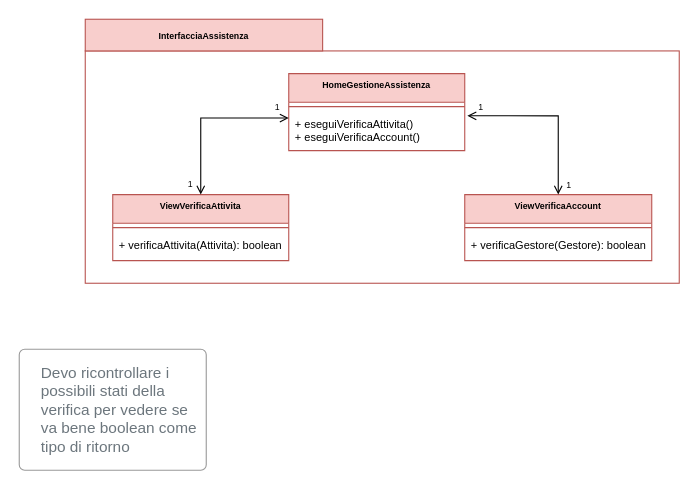
Earlier version of the draw.io diagram page "Assistenza" (1 of 3) of progettazione/dettaglio/dettaglioView.drawio (Marco-Burattoni/Progetto-ids). Source tidied: cells renumbered, new cells numbered last; positions are measured from the earlier drawing's top-left corner, leaving out a move shared by most shapes. Both pictures are drawn from the tidied source at 110%, with x=0, y=0 at pixel (19, 19).
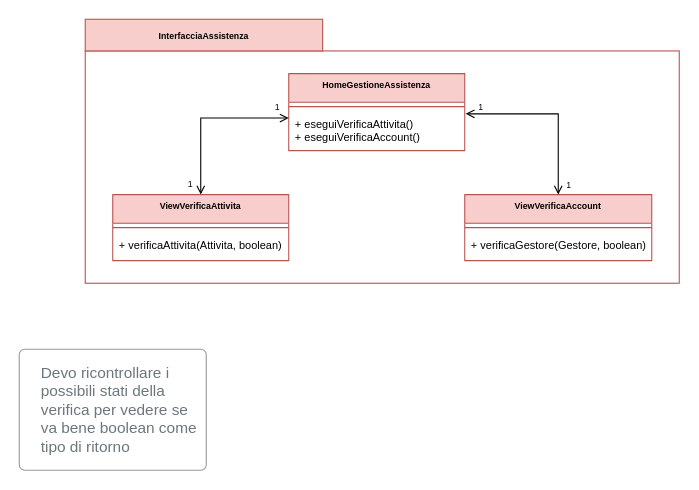
After the change.

The change refers to these unchanged cells:
```xml
<mxCell id="4" style="group;" parent="1" vertex="1">
  <mxGeometry x="85" y="49.4" width="490" height="170" as="geometry" />
</mxCell>
<mxCell id="7" value="+ eseguiVerificaAttivita()&#10;+ eseguiVerificaAccount()" style="text;strokeColor=none;fillColor=none;align=left;verticalAlign=middle;spacingLeft=4;spacingRight=4;overflow=hidden;points=[[0,0.5],[1,0.5]];portConstraint=eastwest;fontSize=10;" parent="5" vertex="1">
  <mxGeometry y="34" width="160" height="36" as="geometry" />
</mxCell>
<mxCell id="8" value="ViewVerificaAttivita" style="swimlane;fontStyle=1;align=center;verticalAlign=top;horizontal=1;startSize=26;fillColor=#F8CECC;strokeColor=#B85450;fontSize=8;" parent="4" vertex="1">
  <mxGeometry y="110" width="160" height="60" as="geometry" />
</mxCell>
<mxCell id="11" value="ViewVerificaAccount" style="swimlane;fontStyle=1;align=center;verticalAlign=top;horizontal=1;startSize=26;fillColor=#F8CECC;strokeColor=#B85450;fontSize=8;" parent="4" vertex="1">
  <mxGeometry x="320" y="110" width="170" height="60" as="geometry" />
</mxCell>
```

What changed in the source:
```diff
@@
-    <mxCell id="10" value="+ verificaAttivita(Attivita): boolean" style="text;strokeColor=none;fillColor=none;align=left;verticalAlign=top;spacingLeft=4;spacingRight=4;overflow=hidden;fontSize=10;" parent="8" vertex="1">
+    <mxCell id="10" value="+ verificaAttivita(Attivita, boolean)" style="text;strokeColor=none;fillColor=none;align=left;verticalAlign=top;spacingLeft=4;spacingRight=4;overflow=hidden;fontSize=10;" parent="8" vertex="1">
       <mxGeometry y="34" width="160" height="26" as="geometry" />
     </mxCell>
@@
-    <mxCell id="13" value="+ verificaGestore(Gestore): boolean" style="text;strokeColor=none;fillColor=none;align=left;verticalAlign=top;spacingLeft=4;spacingRight=4;overflow=hidden;fontSize=10;" parent="11" vertex="1">
+    <mxCell id="13" value="+ verificaGestore(Gestore, boolean)" style="text;strokeColor=none;fillColor=none;align=left;verticalAlign=top;spacingLeft=4;spacingRight=4;overflow=hidden;fontSize=10;" parent="11" vertex="1">
       <mxGeometry y="34" width="170" height="26" as="geometry" />
     </mxCell>
@@
-    <mxCell id="16" style="endArrow=open;html=1;rounded=0;entryX=1.015;entryY=0.122;entryDx=0;entryDy=0;exitX=0.5;exitY=0;exitDx=0;exitDy=0;edgeStyle=orthogonalEdgeStyle;endFill=0;startArrow=open;startFill=0;entryPerimeter=0;" parent="4" edge="1" source="11" target="7">
+    <mxCell id="16" style="endArrow=open;html=1;rounded=0;entryX=1.005;entryY=0.072;entryDx=0;entryDy=0;exitX=0.5;exitY=0;exitDx=0;exitDy=0;edgeStyle=orthogonalEdgeStyle;endFill=0;startArrow=open;startFill=0;entryPerimeter=0;" parent="4" edge="1" source="11" target="7">
       <mxGeometry relative="1" as="geometry" />
     </mxCell>
```
